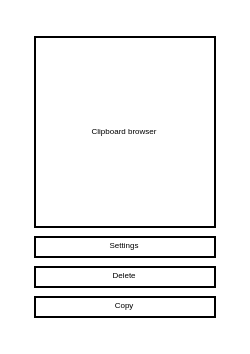
Before: page "Portrait" (1 of 4) of ui.drawio in charles-m-knox/go-fltk-clipboard, a draw.io diagram. Source tidied: cells renumbered, new cells numbered last; positions are measured from the earlier drawing's top-left corner, leaving out a move shared by most shapes. Both pictures are drawn from the tidied source at 200%, with x=0, y=0 at pixel (34, 36).
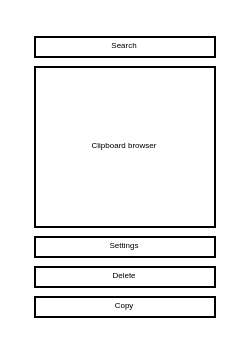
Above is the later version.

Commit message (it also covers changes not shown here):
add search field, bump to v0.0.3

What changed in the source:
```diff
@@
 <mxGraphModel>
   <root>
     <mxCell id="0" />
     <mxCell id="1" parent="0" />
     <mxCell id="2" value="&lt;p style=&quot;line-height: 120%; font-size: 4px;&quot;&gt;Copy&lt;/p&gt;" style="rounded=0;whiteSpace=wrap;html=1;" parent="1" vertex="1">
       <mxGeometry y="130" width="90" height="10" as="geometry" />
     </mxCell>
     <mxCell id="3" value="&lt;p style=&quot;line-height: 120%; font-size: 4px;&quot;&gt;Delete&lt;/p&gt;" style="rounded=0;whiteSpace=wrap;html=1;" parent="1" vertex="1">
       <mxGeometry y="115" width="90" height="10" as="geometry" />
     </mxCell>
     <mxCell id="4" value="&lt;p style=&quot;line-height: 120%; font-size: 4px;&quot;&gt;Clipboard browser&lt;/p&gt;" style="rounded=0;whiteSpace=wrap;html=1;" parent="1" vertex="1">
-      <mxGeometry width="90" height="95" as="geometry" />
+      <mxGeometry y="15" width="90" height="80" as="geometry" />
     </mxCell>
     <mxCell id="5" value="&lt;p style=&quot;line-height: 120%; font-size: 4px;&quot;&gt;Settings&lt;/p&gt;" style="rounded=0;whiteSpace=wrap;html=1;" parent="1" vertex="1">
       <mxGeometry y="100" width="90" height="10" as="geometry" />
     </mxCell>
+    <mxCell id="6" value="&lt;p style=&quot;line-height: 120%; font-size: 4px;&quot;&gt;Search&lt;/p&gt;" style="rounded=0;whiteSpace=wrap;html=1;" parent="1" vertex="1">
+      <mxGeometry width="90" height="10" as="geometry" />
+    </mxCell>
   </root>
 </mxGraphModel>
```
